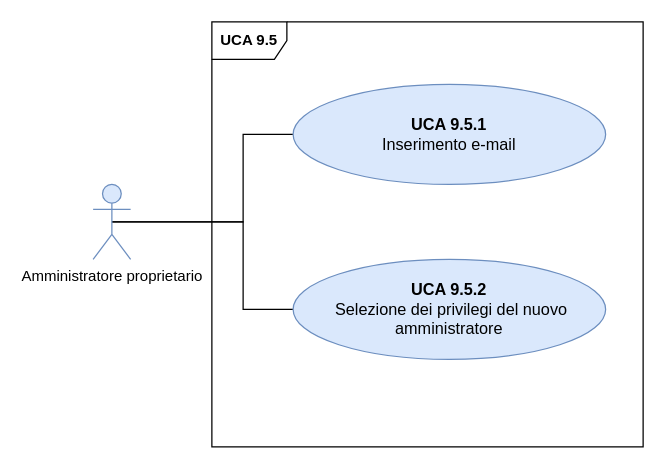
The draw.io diagram page "Page-1" (1 of 3) of DocumentazioneEsterna/AnalisiDeiRequisiti/Sezioni/UseCase/draw.io/UC SERVER/UCS9.5.drawio in qb-team/Stalker-Documentazione, before the edit. Source tidied: cells renumbered, new cells numbered last; positions are measured from the earlier drawing's top-left corner, leaving out a move shared by most shapes. Both pictures are drawn from the tidied source at 125%, with x=0, y=0 at pixel (92, 21).
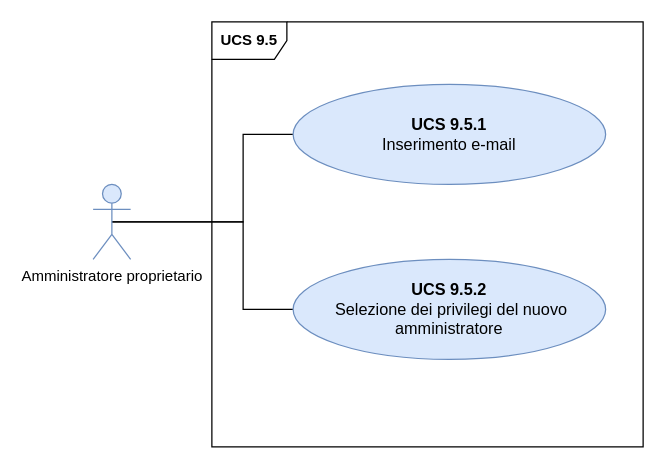
The same diagram, later.

What changed in the source:
```diff
@@
 <mxGraphModel>
   <root>
     <mxCell id="0" />
     <mxCell id="1" parent="0" />
-    <mxCell id="2" value="&lt;b&gt;UCA 9.5&lt;/b&gt;" style="shape=umlFrame;whiteSpace=wrap;html=1;" parent="1" vertex="1">
+    <mxCell id="2" value="&lt;b&gt;UCS 9.5&lt;/b&gt;" style="shape=umlFrame;whiteSpace=wrap;html=1;" parent="1" vertex="1">
       <mxGeometry x="95" width="345" height="340" as="geometry" />
     </mxCell>
     <mxCell id="3" style="edgeStyle=orthogonalEdgeStyle;rounded=0;jettySize=auto;html=1;exitX=0.5;exitY=0.5;exitDx=0;exitDy=0;exitPerimeter=0;entryX=0;entryY=0.5;entryDx=0;entryDy=0;endArrow=none;endFill=0;" parent="1" edge="1" source="5" target="6">
       <mxGeometry relative="1" as="geometry">
         <Array as="points">
           <mxPoint x="120" y="160" />
           <mxPoint x="120" y="90" />
         </Array>
       </mxGeometry>
     </mxCell>
     <mxCell id="4" style="edgeStyle=orthogonalEdgeStyle;rounded=0;jettySize=auto;html=1;exitX=0.5;exitY=0.5;exitDx=0;exitDy=0;exitPerimeter=0;entryX=0;entryY=0.5;entryDx=0;entryDy=0;endArrow=none;endFill=0;" parent="1" edge="1" source="5" target="7">
       <mxGeometry relative="1" as="geometry">
         <Array as="points">
           <mxPoint x="120" y="160" />
           <mxPoint x="120" y="230" />
         </Array>
       </mxGeometry>
     </mxCell>
     <mxCell id="5" value="Amministratore proprietario" style="shape=umlActor;verticalLabelPosition=bottom;labelBackgroundColor=#ffffff;verticalAlign=top;html=1;outlineConnect=0;fillColor=#dae8fc;strokeColor=#6c8ebf;" parent="1" vertex="1">
       <mxGeometry y="130" width="30" height="60" as="geometry" />
     </mxCell>
-    <mxCell id="6" value="&lt;font style=&quot;font-size: 13px&quot;&gt;&lt;b&gt;UCA 9.5.1&lt;br&gt;&lt;/b&gt;Inserimento e-mail&lt;br&gt;&lt;/font&gt;" style="ellipse;whiteSpace=wrap;html=1;fillColor=#dae8fc;strokeColor=#6c8ebf;fontFamily=Helvetica;fontSize=12;" parent="1" vertex="1">
+    <mxCell id="6" value="&lt;font style=&quot;font-size: 13px&quot;&gt;&lt;b&gt;UCS 9.5.1&lt;br&gt;&lt;/b&gt;Inserimento e-mail&lt;br&gt;&lt;/font&gt;" style="ellipse;whiteSpace=wrap;html=1;fillColor=#dae8fc;strokeColor=#6c8ebf;fontFamily=Helvetica;fontSize=12;" parent="1" vertex="1">
       <mxGeometry x="160" y="50" width="250" height="80" as="geometry" />
     </mxCell>
-    <mxCell id="7" value="&lt;font style=&quot;font-size: 13px&quot;&gt;&lt;b&gt;UCA 9.5.2&lt;br&gt;&lt;/b&gt;&amp;nbsp;Selezione dei privilegi del nuovo amministratore&lt;br&gt;&lt;/font&gt;" style="ellipse;whiteSpace=wrap;html=1;fillColor=#dae8fc;strokeColor=#6c8ebf;fontFamily=Helvetica;fontSize=12;" parent="1" vertex="1">
+    <mxCell id="7" value="&lt;font style=&quot;font-size: 13px&quot;&gt;&lt;b&gt;UCS 9.5.2&lt;br&gt;&lt;/b&gt;&amp;nbsp;Selezione dei privilegi del nuovo amministratore&lt;br&gt;&lt;/font&gt;" style="ellipse;whiteSpace=wrap;html=1;fillColor=#dae8fc;strokeColor=#6c8ebf;fontFamily=Helvetica;fontSize=12;" parent="1" vertex="1">
       <mxGeometry x="160" y="190" width="250" height="80" as="geometry" />
     </mxCell>
   </root>
 </mxGraphModel>
```
